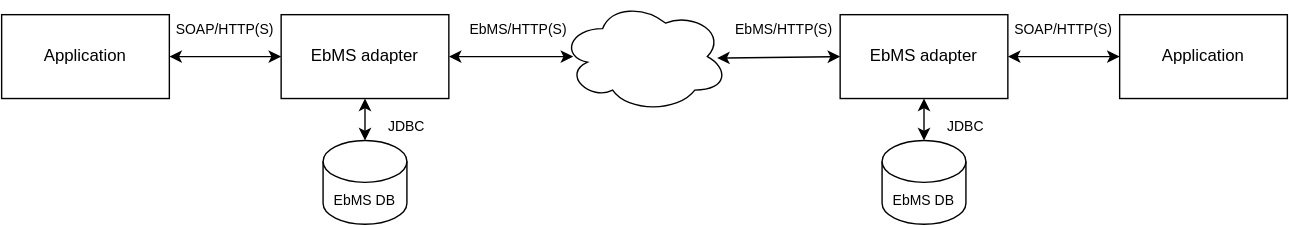
Above: assets/images/ebms-overview.svg in eluinstra/ebms-admin (draw.io), before the change. Source tidied: cells renumbered, new cells last; positions are measured from the earlier drawing's top-left corner, leaving out a move shared by most shapes.
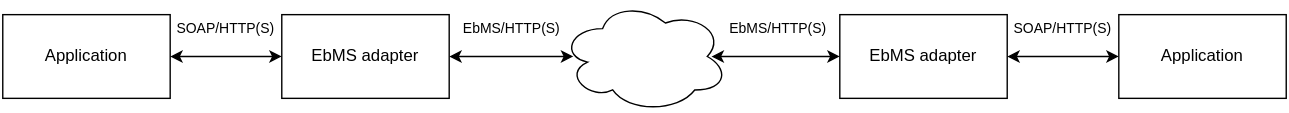
The same diagram one commit later.

Change to the diagram source:
```diff
@@ -20,8 +20,11 @@
     <mxCell id="7" style="endArrow=classic;startArrow=classic;html=1;exitX=1;exitY=0.5;exitDx=0;exitDy=0;entryX=0.075;entryY=0.5;entryDx=0;entryDy=0;entryPerimeter=0;" parent="1" edge="1" source="3" target="2">
       <mxGeometry relative="1" as="geometry" />
     </mxCell>
-    <mxCell id="8" style="endArrow=classic;startArrow=classic;html=1;entryX=0;entryY=0.5;entryDx=0;entryDy=0;exitX=0.933;exitY=0.513;exitDx=0;exitDy=0;exitPerimeter=0;" parent="1" edge="1" source="2" target="4">
-      <mxGeometry relative="1" as="geometry" />
+    <mxCell id="8" style="endArrow=classic;startArrow=classic;html=1;" parent="1" edge="1">
+      <mxGeometry relative="1" as="geometry">
+        <mxPoint x="508" y="40" as="sourcePoint" />
+        <mxPoint x="600" y="40" as="targetPoint" />
+      </mxGeometry>
     </mxCell>
     <mxCell id="9" style="endArrow=classic;startArrow=classic;html=1;exitX=1;exitY=0.5;exitDx=0;exitDy=0;entryX=0;entryY=0.5;entryDx=0;entryDy=0;" parent="1" edge="1" source="4" target="6">
       <mxGeometry relative="1" as="geometry" />
@@ -30,10 +33,10 @@
       <mxGeometry relative="1" as="geometry" />
     </mxCell>
     <mxCell id="11" value="EbMS/HTTP(S)" style="text;html=1;strokeColor=none;fillColor=none;align=center;verticalAlign=middle;whiteSpace=wrap;rounded=0;fontSize=10;" parent="1" vertex="1">
-      <mxGeometry x="350" y="10" width="40" height="20" as="geometry" />
+      <mxGeometry x="345" y="10" width="40" height="20" as="geometry" />
     </mxCell>
     <mxCell id="12" value="EbMS/HTTP(S)" style="text;html=1;strokeColor=none;fillColor=none;align=center;verticalAlign=middle;whiteSpace=wrap;rounded=0;fontSize=10;" parent="1" vertex="1">
-      <mxGeometry x="540" y="10" width="40" height="20" as="geometry" />
+      <mxGeometry x="536" y="10" width="40" height="20" as="geometry" />
     </mxCell>
     <mxCell id="13" value="SOAP/HTTP(S)" style="text;html=1;strokeColor=none;fillColor=none;align=center;verticalAlign=middle;whiteSpace=wrap;rounded=0;fontSize=10;" parent="1" vertex="1">
       <mxGeometry x="140" y="10" width="40" height="20" as="geometry" />
@@ -41,23 +44,5 @@
     <mxCell id="14" value="SOAP/HTTP(S)" style="text;html=1;strokeColor=none;fillColor=none;align=center;verticalAlign=middle;whiteSpace=wrap;rounded=0;fontSize=10;" parent="1" vertex="1">
       <mxGeometry x="740" y="10" width="40" height="20" as="geometry" />
     </mxCell>
-    <mxCell id="15" value="EbMS DB" style="shape=cylinder3;whiteSpace=wrap;html=1;boundedLbl=1;backgroundOutline=1;size=15;fontSize=10;" parent="1" vertex="1">
-      <mxGeometry x="230" y="100" width="60" height="60" as="geometry" />
-    </mxCell>
-    <mxCell id="16" style="endArrow=classic;startArrow=classic;html=1;entryX=0.5;entryY=1;entryDx=0;entryDy=0;exitX=0.5;exitY=0;exitDx=0;exitDy=0;exitPerimeter=0;" parent="1" edge="1" source="15" target="3">
-      <mxGeometry relative="1" as="geometry" />
-    </mxCell>
-    <mxCell id="17" value="EbMS DB" style="shape=cylinder3;whiteSpace=wrap;html=1;boundedLbl=1;backgroundOutline=1;size=15;fontSize=10;" parent="1" vertex="1">
-      <mxGeometry x="630" y="100" width="60" height="60" as="geometry" />
-    </mxCell>
-    <mxCell id="18" style="endArrow=classic;startArrow=classic;html=1;entryX=0.5;entryY=1;entryDx=0;entryDy=0;exitX=0.5;exitY=0;exitDx=0;exitDy=0;exitPerimeter=0;" parent="1" edge="1" source="17" target="4">
-      <mxGeometry relative="1" as="geometry" />
-    </mxCell>
-    <mxCell id="19" value="JDBC" style="text;html=1;strokeColor=none;fillColor=none;align=center;verticalAlign=middle;whiteSpace=wrap;rounded=0;fontSize=10;" parent="1" vertex="1">
-      <mxGeometry x="270" y="80" width="40" height="20" as="geometry" />
-    </mxCell>
-    <mxCell id="20" value="JDBC" style="text;html=1;strokeColor=none;fillColor=none;align=center;verticalAlign=middle;whiteSpace=wrap;rounded=0;fontSize=10;" parent="1" vertex="1">
-      <mxGeometry x="670" y="80" width="40" height="20" as="geometry" />
-    </mxCell>
   </root>
 </mxGraphModel>
```
